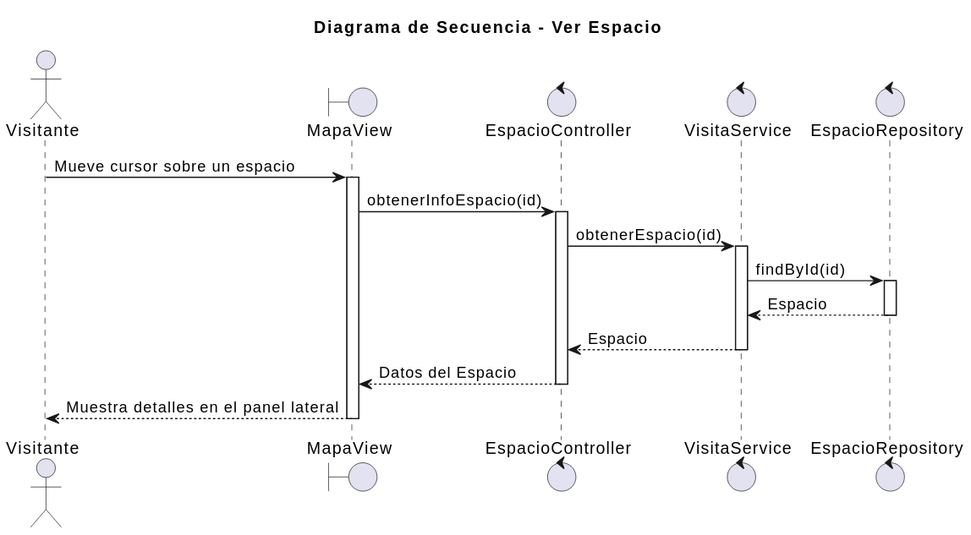
The PlantUML diagram images/02-diseño/01-Visitante/verEspacio/verEspacio.svg in mmasias/25-26-idsw2-sdVC, before a commit.
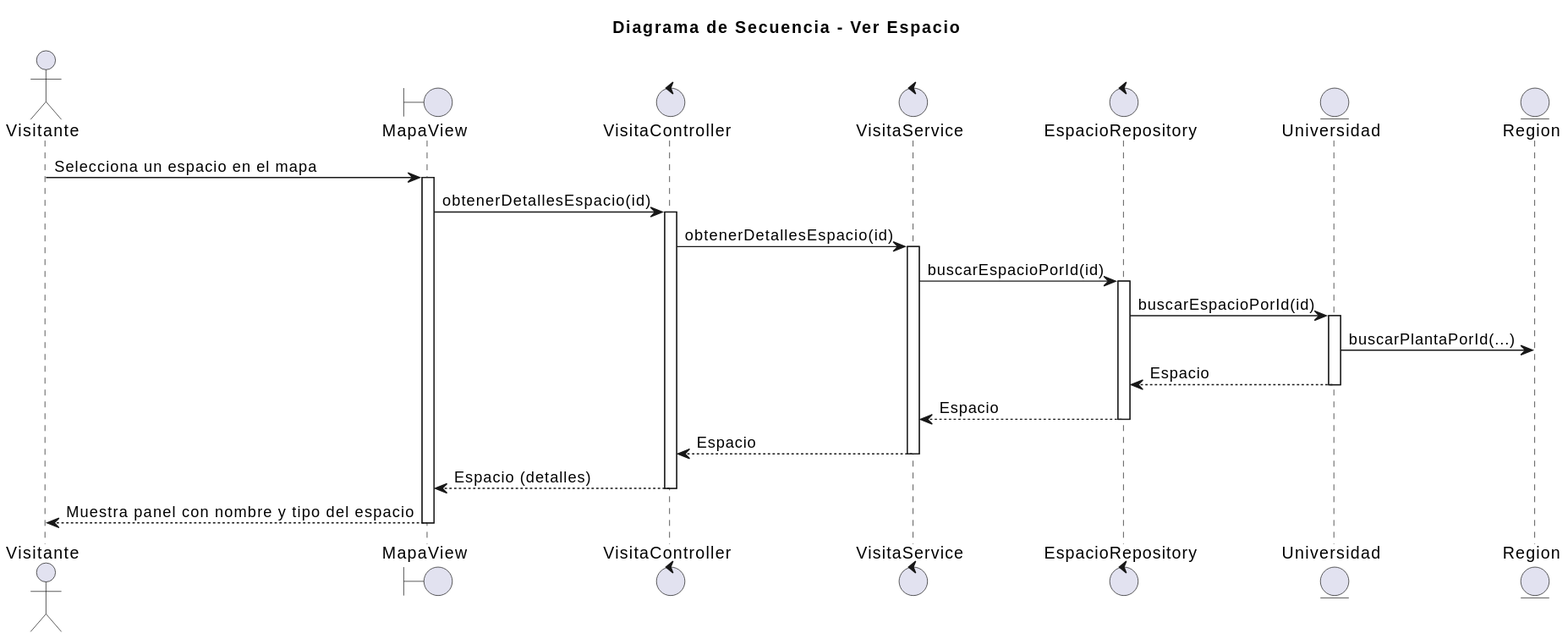
The same diagram one commit later.

Change to the diagram source:
```diff
@@ -3,24 +3,31 @@
 
 actor "Visitante" as visitor
 boundary "MapaView" as view
-control "EspacioController" as controller
+control "VisitaController" as controller
 control "VisitaService" as service
 control "EspacioRepository" as repository
+entity "Universidad" as uni
+entity "Region" as reg
 
-visitor -> view: Mueve cursor sobre un espacio
+visitor -> view: Selecciona un espacio en el mapa
 activate view
-view -> controller: obtenerInfoEspacio(id)
+view -> controller: obtenerDetallesEspacio(id)
 activate controller
-controller -> service: obtenerEspacio(id)
+controller -> service: obtenerDetallesEspacio(id)
 activate service
-service -> repository: findById(id)
+service -> repository: buscarEspacioPorId(id)
 activate repository
+repository -> uni: buscarEspacioPorId(id)
+activate uni
+uni -> reg: buscarPlantaPorId(...)
+uni --> repository: Espacio
+deactivate uni
 repository --> service: Espacio
 deactivate repository
 service --> controller: Espacio
 deactivate service
-controller --> view: Datos del Espacio
+controller --> view: Espacio (detalles)
 deactivate controller
-view --> visitor: Muestra detalles en el panel lateral
+view --> visitor: Muestra panel con nombre y tipo del espacio
 deactivate view
 @enduml
```
